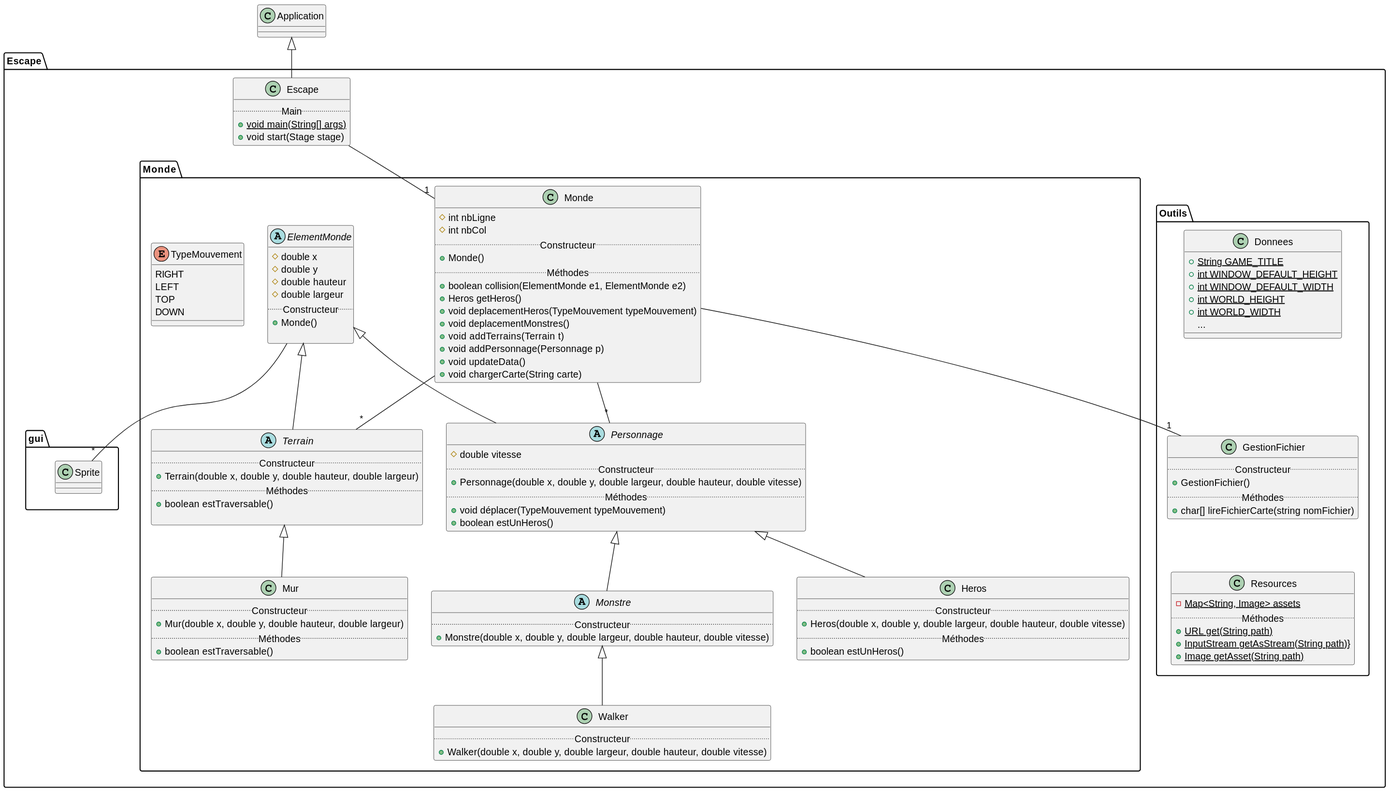
The PlantUML diagram docs/uml/class-diagram.svg in victord54/escape, before a commit.
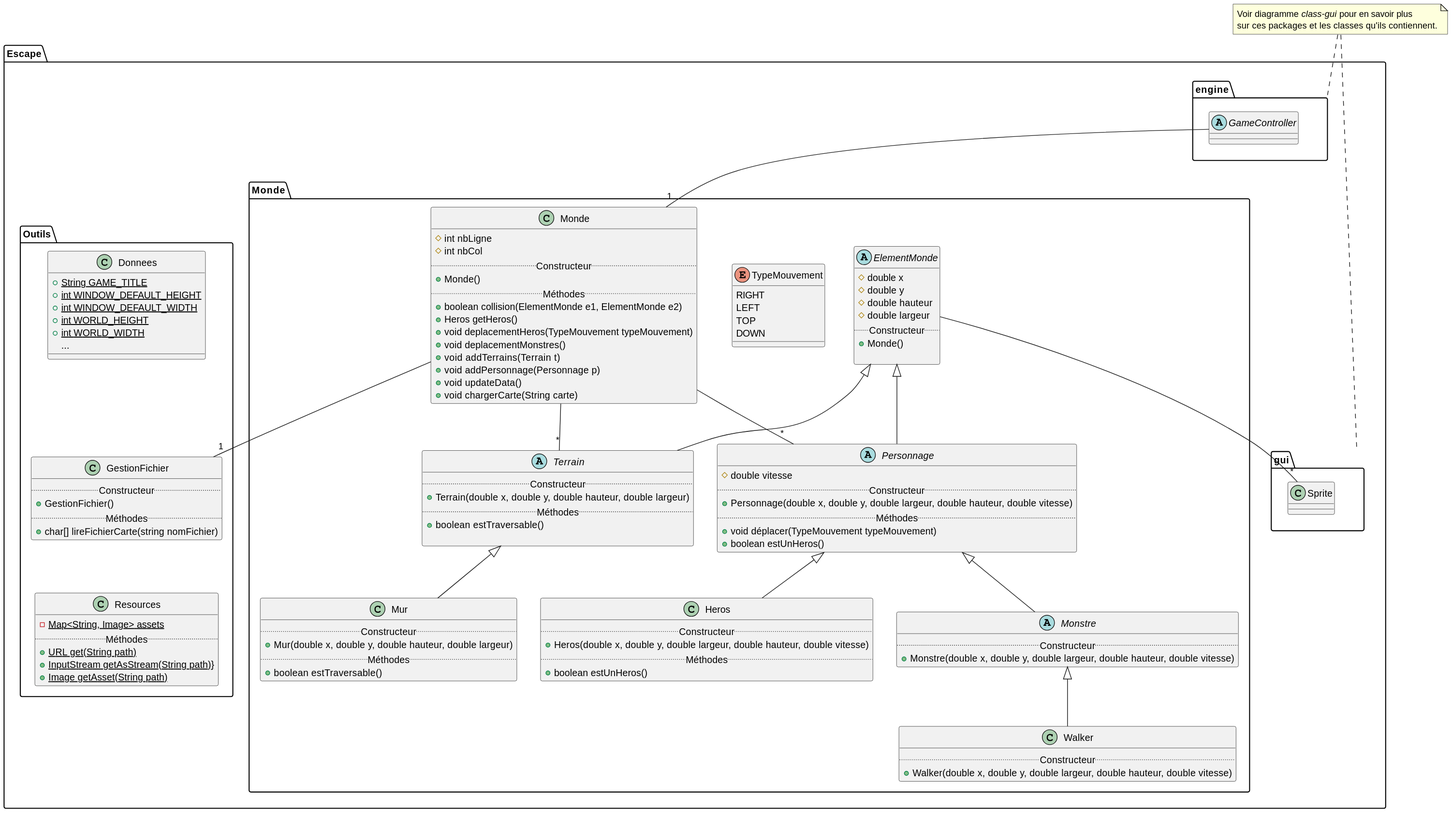
Later version of the same file.

Commit message:
update main diag, engine

The edit, as a diff of the source:
```diff
@@ -77,53 +77,53 @@
     }
   }
 
-  class Escape {
-    ..Main..
-    + {static} void main(String[] args)
-    + void start(Stage stage)
-  }
-
   package Outils {
     class Donnees {
-        + {static} String GAME_TITLE
-        + {static} int WINDOW_DEFAULT_HEIGHT
-        + {static} int WINDOW_DEFAULT_WIDTH
-        + {static} int WORLD_HEIGHT
-        + {static} int WORLD_WIDTH
-        ...
+      + {static} String GAME_TITLE
+      + {static} int WINDOW_DEFAULT_HEIGHT
+      + {static} int WINDOW_DEFAULT_WIDTH
+      + {static} int WORLD_HEIGHT
+      + {static} int WORLD_WIDTH
+      ...
     }
 
     class GestionFichier {
-        ..Constructeur..
-        + GestionFichier()
-        ..Méthodes..
-        + char[] lireFichierCarte(string nomFichier)
+      ..Constructeur..
+      + GestionFichier()
+      ..Méthodes..
+      + char[] lireFichierCarte(string nomFichier)
     }
 
     class Resources {
-        - {static} Map<String, Image> assets
-        ..Méthodes..
-        + {static} URL get(String path)
-        + {static} InputStream getAsStream(String path)}
-        + {static} Image getAsset(String path)
+      - {static} Map<String, Image> assets
+      ..Méthodes..
+      + {static} URL get(String path)
+      + {static} InputStream getAsStream(String path)}
+      + {static} Image getAsset(String path)
     }
   }
 
   package gui {
     class Sprite
   }
+
+  package engine {
+    abstract class GameController {
+    }
+  }
 }
 
-class Application
+note "Voir diagramme <i>class-gui</i> pour en savoir plus\nsur ces packages et les classes qu'ils contiennent." as N_gui
+N_gui .. engine
+N_gui .. gui
 
 
-Escape.Escape -[hidden]-> Escape.gui
 Resources -[hidden]up-> GestionFichier
 GestionFichier -[hidden]up-> Donnees
-TypeMouvement -[hidden]right-> ElementMonde
+engine -[hidden]right-> gui
 
 
-Escape.Escape -- "1" Escape.Monde.Monde
+GameController -- "1" Escape.Monde.Monde
 Personnage -up-|> ElementMonde
 Heros -up-|> Personnage
 Monstre -up-|> Personnage
@@ -131,7 +131,6 @@
 
 Terrain -up-|> ElementMonde
 Mur -up-|> Terrain
-Escape.Escape -up-|> Application
 
 
 Escape.Monde.Monde -- "*" Personnage
```
